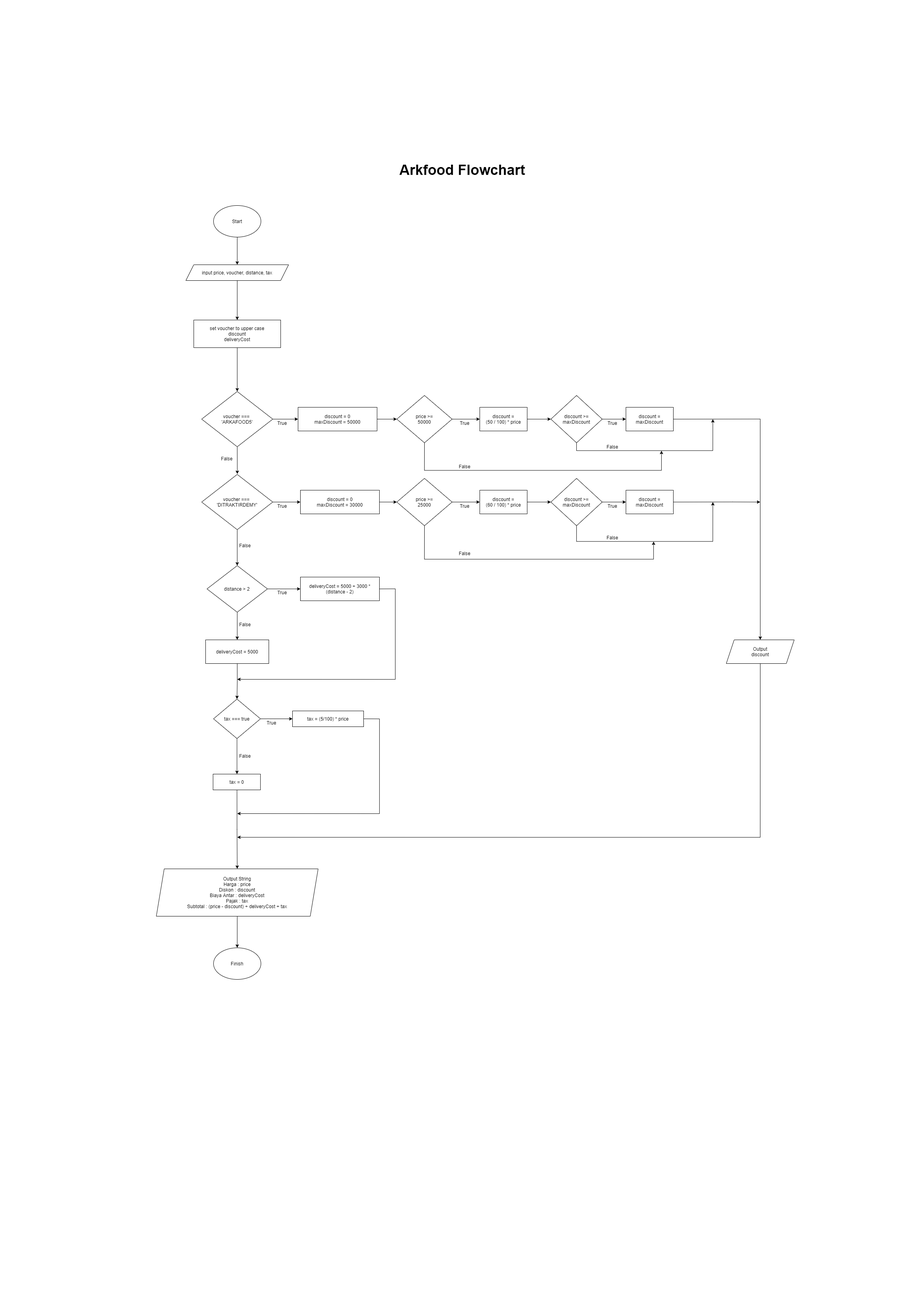
Above: Implement Code/arkfood.png in twicks95/introductionJS (draw.io), before the change. Source tidied: cells renumbered, new cells last; positions are measured from the earlier drawing's top-left corner, leaving out a move shared by most shapes.
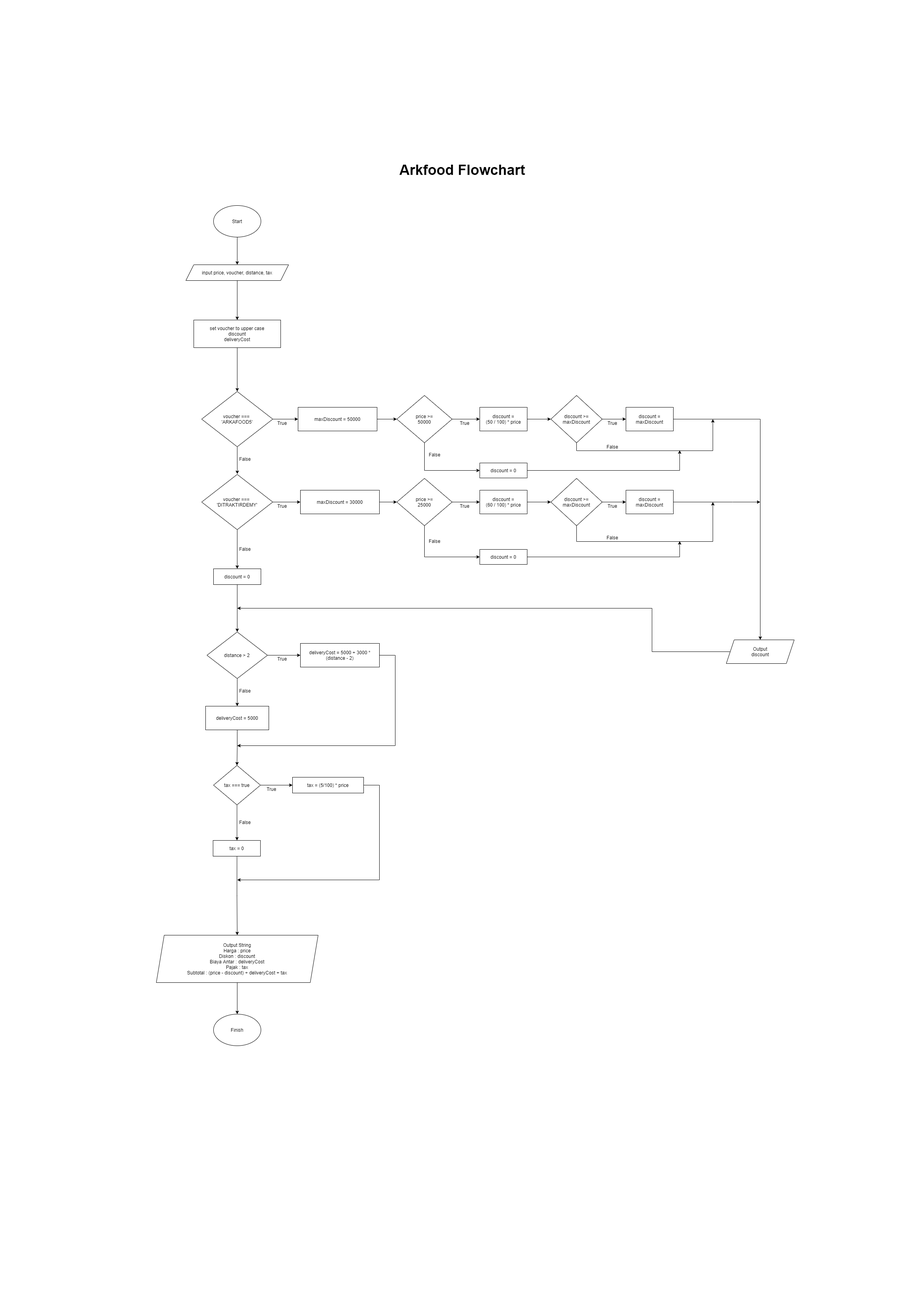
Above is the later version.

Commit message:
Implemement Code

Diff of the diagram source:
```diff
@@ -9,7 +9,7 @@
       <mxGeometry x="145" y="130" width="120" height="80" as="geometry" />
     </mxCell>
     <mxCell id="4" value="Finish" style="ellipse;whiteSpace=wrap;html=1;" parent="1" vertex="1">
-      <mxGeometry x="145" y="2010" width="120" height="80" as="geometry" />
+      <mxGeometry x="145" y="2178" width="120" height="80" as="geometry" />
     </mxCell>
     <mxCell id="5" style="edgeStyle=orthogonalEdgeStyle;rounded=0;jettySize=auto;html=1;exitX=0.5;exitY=1;exitDx=0;exitDy=0;entryX=0.5;entryY=0;entryDx=0;entryDy=0;" parent="1" edge="1" source="6" target="8">
       <mxGeometry relative="1" as="geometry" />
@@ -37,14 +37,14 @@
     <mxCell id="12" style="edgeStyle=orthogonalEdgeStyle;rounded=0;jettySize=auto;html=1;exitX=1;exitY=0.5;exitDx=0;exitDy=0;" parent="1" edge="1" source="14" target="23">
       <mxGeometry relative="1" as="geometry" />
     </mxCell>
-    <mxCell id="13" style="edgeStyle=orthogonalEdgeStyle;rounded=0;jettySize=auto;html=1;exitX=0.5;exitY=1;exitDx=0;exitDy=0;" parent="1" edge="1" source="14" target="55">
-      <mxGeometry relative="1" as="geometry" />
-    </mxCell>
+    <mxCell id="74" style="edgeStyle=orthogonalEdgeStyle;rounded=0;jettySize=auto;html=1;exitX=0.5;exitY=1;exitDx=0;exitDy=0;fontSize=36;" parent="1" edge="1" source="14" target="78">
+      <mxGeometry relative="1" as="geometry" />
+    </mxCell>
     <mxCell id="14" value="voucher === &lt;br&gt;'DITRAKTIRDEMY'" style="rhombus;whiteSpace=wrap;html=1;" parent="1" vertex="1">
       <mxGeometry x="115" y="811" width="180" height="140" as="geometry" />
     </mxCell>
     <mxCell id="15" value="False" style="text;html=1;strokeColor=none;fillColor=none;align=center;verticalAlign=middle;whiteSpace=wrap;rounded=0;" parent="1" vertex="1">
-      <mxGeometry x="159" y="761" width="40" height="20" as="geometry" />
+      <mxGeometry x="205" y="762" width="40" height="20" as="geometry" />
     </mxCell>
     <mxCell id="16" value="True" style="text;html=1;strokeColor=none;fillColor=none;align=center;verticalAlign=middle;whiteSpace=wrap;rounded=0;" parent="1" vertex="1">
       <mxGeometry x="299" y="671" width="40" height="20" as="geometry" />
@@ -52,15 +52,14 @@
     <mxCell id="17" style="edgeStyle=orthogonalEdgeStyle;rounded=0;jettySize=auto;html=1;exitX=1;exitY=0.5;exitDx=0;exitDy=0;" parent="1" edge="1" source="18" target="21">
       <mxGeometry relative="1" as="geometry" />
     </mxCell>
-    <mxCell id="18" value="discount = 0&lt;br&gt;maxDiscount = 50000" style="rounded=0;whiteSpace=wrap;html=1;" parent="1" vertex="1">
+    <mxCell id="18" value="maxDiscount = 50000" style="rounded=0;whiteSpace=wrap;html=1;" parent="1" vertex="1">
       <mxGeometry x="359" y="641" width="200" height="60" as="geometry" />
     </mxCell>
     <mxCell id="19" style="edgeStyle=orthogonalEdgeStyle;rounded=0;jettySize=auto;html=1;exitX=1;exitY=0.5;exitDx=0;exitDy=0;" parent="1" edge="1" source="21" target="28">
       <mxGeometry relative="1" as="geometry" />
     </mxCell>
-    <mxCell id="20" style="edgeStyle=orthogonalEdgeStyle;rounded=0;jettySize=auto;html=1;exitX=0.5;exitY=1;exitDx=0;exitDy=0;" parent="1" edge="1" source="21">
+    <mxCell id="20" style="edgeStyle=orthogonalEdgeStyle;rounded=0;jettySize=auto;html=1;exitX=0.5;exitY=1;exitDx=0;exitDy=0;" parent="1" edge="1" source="21" target="80">
       <mxGeometry relative="1" as="geometry">
-        <mxPoint x="1279" y="751" as="targetPoint" />
         <Array as="points">
           <mxPoint x="679" y="801" />
         </Array>
@@ -72,18 +71,12 @@
     <mxCell id="22" style="edgeStyle=orthogonalEdgeStyle;rounded=0;jettySize=auto;html=1;exitX=1;exitY=0.5;exitDx=0;exitDy=0;" parent="1" edge="1" source="23" target="25">
       <mxGeometry relative="1" as="geometry" />
     </mxCell>
-    <mxCell id="23" value="discount = 0&lt;br&gt;maxDiscount = 30000" style="rounded=0;whiteSpace=wrap;html=1;" parent="1" vertex="1">
+    <mxCell id="23" value="maxDiscount = 30000" style="rounded=0;whiteSpace=wrap;html=1;" parent="1" vertex="1">
       <mxGeometry x="365" y="851" width="200" height="60" as="geometry" />
     </mxCell>
-    <mxCell id="24" style="edgeStyle=orthogonalEdgeStyle;rounded=0;jettySize=auto;html=1;exitX=0.5;exitY=1;exitDx=0;exitDy=0;" parent="1" edge="1" source="25">
-      <mxGeometry relative="1" as="geometry">
-        <mxPoint x="1259" y="981" as="targetPoint" />
-        <Array as="points">
-          <mxPoint x="679" y="1026" />
-          <mxPoint x="1259" y="1026" />
-        </Array>
-      </mxGeometry>
-    </mxCell>
+    <mxCell id="75" style="edgeStyle=orthogonalEdgeStyle;rounded=0;jettySize=auto;html=1;exitX=0.5;exitY=1;exitDx=0;exitDy=0;entryX=0;entryY=0.5;entryDx=0;entryDy=0;fontSize=36;" parent="1" edge="1" source="25" target="82">
+      <mxGeometry relative="1" as="geometry" />
+    </mxCell>
     <mxCell id="25" value="price &amp;gt;=&lt;br&gt;25000" style="rhombus;whiteSpace=wrap;html=1;" parent="1" vertex="1">
       <mxGeometry x="609" y="821" width="140" height="120" as="geometry" />
     </mxCell>
@@ -153,14 +146,15 @@
     <mxCell id="41" value="discount = maxDiscount" style="rounded=0;whiteSpace=wrap;html=1;" parent="1" vertex="1">
       <mxGeometry x="1189" y="851" width="120" height="60" as="geometry" />
     </mxCell>
-    <mxCell id="42" style="edgeStyle=orthogonalEdgeStyle;rounded=0;jettySize=auto;html=1;exitX=0.5;exitY=1;exitDx=0;exitDy=0;" parent="1" edge="1" source="43">
-      <mxGeometry relative="1" as="geometry">
-        <mxPoint x="205" y="1730" as="targetPoint" />
-        <Array as="points">
-          <mxPoint x="1529" y="1730" />
-        </Array>
-      </mxGeometry>
-    </mxCell>
+    <mxCell id="76" style="edgeStyle=orthogonalEdgeStyle;rounded=0;jettySize=auto;html=1;exitX=0;exitY=0.5;exitDx=0;exitDy=0;fontSize=36;" parent="1" edge="1" source="43">
+      <mxGeometry relative="1" as="geometry">
+        <mxPoint x="205" y="1150" as="targetPoint" />
+        <Array as="points">
+          <mxPoint x="1255" y="1260" />
+          <mxPoint x="1255" y="1150" />
+        </Array>
+      </mxGeometry>
+    </mxCell>
     <mxCell id="43" value="Output&lt;br&gt;discount" style="shape=parallelogram;perimeter=parallelogramPerimeter;whiteSpace=wrap;html=1;fixedSize=1;" parent="1" vertex="1">
       <mxGeometry x="1443" y="1230" width="172" height="60" as="geometry" />
     </mxCell>
@@ -174,19 +168,19 @@
       <mxGeometry x="761" y="881" width="40" height="20" as="geometry" />
     </mxCell>
     <mxCell id="47" value="False" style="text;html=1;strokeColor=none;fillColor=none;align=center;verticalAlign=middle;whiteSpace=wrap;rounded=0;" parent="1" vertex="1">
-      <mxGeometry x="761" y="1001" width="40" height="20" as="geometry" />
+      <mxGeometry x="685" y="970" width="40" height="20" as="geometry" />
     </mxCell>
     <mxCell id="48" value="False" style="text;html=1;strokeColor=none;fillColor=none;align=center;verticalAlign=middle;whiteSpace=wrap;rounded=0;" parent="1" vertex="1">
       <mxGeometry x="1135" y="961" width="40" height="20" as="geometry" />
     </mxCell>
     <mxCell id="49" value="False" style="text;html=1;strokeColor=none;fillColor=none;align=center;verticalAlign=middle;whiteSpace=wrap;rounded=0;" parent="1" vertex="1">
-      <mxGeometry x="761" y="781" width="40" height="20" as="geometry" />
+      <mxGeometry x="685" y="751" width="40" height="20" as="geometry" />
     </mxCell>
     <mxCell id="50" value="False" style="text;html=1;strokeColor=none;fillColor=none;align=center;verticalAlign=middle;whiteSpace=wrap;rounded=0;" parent="1" vertex="1">
       <mxGeometry x="1135" y="731" width="40" height="20" as="geometry" />
     </mxCell>
     <mxCell id="51" value="False" style="text;html=1;strokeColor=none;fillColor=none;align=center;verticalAlign=middle;whiteSpace=wrap;rounded=0;" parent="1" vertex="1">
-      <mxGeometry x="205" y="981" width="40" height="20" as="geometry" />
+      <mxGeometry x="205" y="990" width="40" height="20" as="geometry" />
     </mxCell>
     <mxCell id="52" value="True" style="text;html=1;strokeColor=none;fillColor=none;align=center;verticalAlign=middle;whiteSpace=wrap;rounded=0;" parent="1" vertex="1">
       <mxGeometry x="299" y="881" width="40" height="20" as="geometry" />
@@ -198,43 +192,43 @@
       <mxGeometry relative="1" as="geometry" />
     </mxCell>
     <mxCell id="55" value="distance &amp;gt; 2" style="rhombus;whiteSpace=wrap;html=1;" parent="1" vertex="1">
-      <mxGeometry x="128.4" y="1042" width="153.2" height="118" as="geometry" />
+      <mxGeometry x="128.4" y="1210" width="153.2" height="118" as="geometry" />
     </mxCell>
     <mxCell id="56" style="edgeStyle=orthogonalEdgeStyle;rounded=0;jettySize=auto;html=1;exitX=1;exitY=0.5;exitDx=0;exitDy=0;" parent="1" edge="1" source="57">
       <mxGeometry relative="1" as="geometry">
-        <mxPoint x="205" y="1330" as="targetPoint" />
+        <mxPoint x="205" y="1498" as="targetPoint" />
         <Array as="points">
-          <mxPoint x="565" y="1101" />
-          <mxPoint x="605" y="1101" />
-          <mxPoint x="605" y="1330" />
+          <mxPoint x="565" y="1269" />
+          <mxPoint x="605" y="1269" />
+          <mxPoint x="605" y="1498" />
         </Array>
       </mxGeometry>
     </mxCell>
     <mxCell id="57" value="deliveryCost = 5000 + 3000 * (distance - 2)" style="rounded=0;whiteSpace=wrap;html=1;" parent="1" vertex="1">
-      <mxGeometry x="365" y="1071" width="200" height="60" as="geometry" />
+      <mxGeometry x="365" y="1239" width="200" height="60" as="geometry" />
     </mxCell>
     <mxCell id="58" style="edgeStyle=orthogonalEdgeStyle;rounded=0;jettySize=auto;html=1;exitX=0.5;exitY=1;exitDx=0;exitDy=0;" parent="1" edge="1" source="60">
       <mxGeometry relative="1" as="geometry">
-        <mxPoint x="204.4" y="1570" as="targetPoint" />
+        <mxPoint x="204.4" y="1738" as="targetPoint" />
       </mxGeometry>
     </mxCell>
     <mxCell id="59" style="edgeStyle=orthogonalEdgeStyle;rounded=0;jettySize=auto;html=1;exitX=1;exitY=0.5;exitDx=0;exitDy=0;entryX=0;entryY=0.5;entryDx=0;entryDy=0;" parent="1" edge="1" source="60" target="69">
       <mxGeometry relative="1" as="geometry" />
     </mxCell>
     <mxCell id="60" value="tax === true" style="rhombus;whiteSpace=wrap;html=1;" parent="1" vertex="1">
-      <mxGeometry x="145" y="1380" width="118.8" height="100" as="geometry" />
+      <mxGeometry x="145" y="1548" width="118.8" height="100" as="geometry" />
     </mxCell>
     <mxCell id="61" style="edgeStyle=orthogonalEdgeStyle;rounded=0;jettySize=auto;html=1;exitX=0.5;exitY=1;exitDx=0;exitDy=0;entryX=0.5;entryY=0;entryDx=0;entryDy=0;" parent="1" edge="1" target="64">
       <mxGeometry relative="1" as="geometry">
-        <mxPoint x="204.4" y="1610" as="sourcePoint" />
+        <mxPoint x="204.4" y="1778" as="sourcePoint" />
       </mxGeometry>
     </mxCell>
     <mxCell id="62" style="edgeStyle=orthogonalEdgeStyle;rounded=0;jettySize=auto;html=1;exitX=1;exitY=0.5;exitDx=0;exitDy=0;" parent="1" edge="1" source="69">
       <mxGeometry relative="1" as="geometry">
-        <mxPoint x="205" y="1670" as="targetPoint" />
+        <mxPoint x="205" y="1838" as="targetPoint" />
         <Array as="points">
-          <mxPoint x="565" y="1430" />
-          <mxPoint x="565" y="1670" />
+          <mxPoint x="565" y="1598" />
+          <mxPoint x="565" y="1838" />
         </Array>
       </mxGeometry>
     </mxCell>
@@ -242,34 +236,56 @@
       <mxGeometry relative="1" as="geometry" />
     </mxCell>
     <mxCell id="64" value="Output String&lt;br&gt;Harga : price&lt;br&gt;Diskon : discount&lt;br&gt;Biaya Antar : deliveryCost&lt;br&gt;Pajak : tax&lt;br&gt;Subtotal : (price - discount) + deliveryCost + tax" style="shape=parallelogram;perimeter=parallelogramPerimeter;whiteSpace=wrap;html=1;fixedSize=1;" parent="1" vertex="1">
-      <mxGeometry x="0.2" y="1810" width="409.6" height="120" as="geometry" />
+      <mxGeometry x="0.2" y="1978" width="409.6" height="120" as="geometry" />
     </mxCell>
     <mxCell id="65" value="False" style="text;html=1;strokeColor=none;fillColor=none;align=center;verticalAlign=middle;whiteSpace=wrap;rounded=0;" parent="1" vertex="1">
-      <mxGeometry x="205" y="1181" width="40" height="20" as="geometry" />
+      <mxGeometry x="205" y="1349" width="40" height="20" as="geometry" />
     </mxCell>
     <mxCell id="66" value="False" style="text;html=1;strokeColor=none;fillColor=none;align=center;verticalAlign=middle;whiteSpace=wrap;rounded=0;" parent="1" vertex="1">
-      <mxGeometry x="205" y="1514" width="40" height="20" as="geometry" />
+      <mxGeometry x="205" y="1682" width="40" height="20" as="geometry" />
     </mxCell>
     <mxCell id="67" value="True" style="text;html=1;strokeColor=none;fillColor=none;align=center;verticalAlign=middle;whiteSpace=wrap;rounded=0;" parent="1" vertex="1">
-      <mxGeometry x="299" y="1100" width="40" height="20" as="geometry" />
+      <mxGeometry x="299" y="1268" width="40" height="20" as="geometry" />
     </mxCell>
     <mxCell id="68" value="True" style="text;html=1;strokeColor=none;fillColor=none;align=center;verticalAlign=middle;whiteSpace=wrap;rounded=0;" parent="1" vertex="1">
-      <mxGeometry x="272" y="1430" width="40" height="20" as="geometry" />
+      <mxGeometry x="272" y="1598" width="40" height="20" as="geometry" />
     </mxCell>
     <mxCell id="69" value="tax = (5/100) * price" style="rounded=0;whiteSpace=wrap;html=1;" parent="1" vertex="1">
-      <mxGeometry x="345" y="1410" width="180" height="40" as="geometry" />
+      <mxGeometry x="345" y="1578" width="180" height="40" as="geometry" />
     </mxCell>
     <mxCell id="70" value="tax = 0" style="rounded=0;whiteSpace=wrap;html=1;" parent="1" vertex="1">
-      <mxGeometry x="143.8" y="1570" width="120" height="40" as="geometry" />
+      <mxGeometry x="143.8" y="1738" width="120" height="40" as="geometry" />
     </mxCell>
     <mxCell id="71" style="edgeStyle=orthogonalEdgeStyle;rounded=0;jettySize=auto;html=1;exitX=0.5;exitY=1;exitDx=0;exitDy=0;entryX=0.5;entryY=0;entryDx=0;entryDy=0;" parent="1" edge="1" source="72" target="60">
       <mxGeometry relative="1" as="geometry" />
     </mxCell>
     <mxCell id="72" value="deliveryCost = 5000" style="rounded=0;whiteSpace=wrap;html=1;" parent="1" vertex="1">
-      <mxGeometry x="125" y="1230" width="160" height="60" as="geometry" />
+      <mxGeometry x="125" y="1398" width="160" height="60" as="geometry" />
     </mxCell>
     <mxCell id="73" value="Arkfood Flowchart" style="text;html=1;strokeColor=none;fillColor=none;align=center;verticalAlign=middle;whiteSpace=wrap;rounded=0;fontSize=36;fontStyle=1;" parent="1" vertex="1">
       <mxGeometry x="580" width="390" height="80" as="geometry" />
     </mxCell>
+    <mxCell id="77" style="edgeStyle=orthogonalEdgeStyle;rounded=0;jettySize=auto;html=1;exitX=0.5;exitY=1;exitDx=0;exitDy=0;entryX=0.5;entryY=0;entryDx=0;entryDy=0;fontSize=36;" parent="1" edge="1" source="78" target="55">
+      <mxGeometry relative="1" as="geometry" />
+    </mxCell>
+    <mxCell id="78" value="discount = 0" style="rounded=0;whiteSpace=wrap;html=1;" parent="1" vertex="1">
+      <mxGeometry x="145" y="1050" width="120" height="40" as="geometry" />
+    </mxCell>
+    <mxCell id="79" style="edgeStyle=orthogonalEdgeStyle;rounded=0;jettySize=auto;html=1;exitX=1;exitY=0.5;exitDx=0;exitDy=0;fontSize=36;" parent="1" edge="1" source="80">
+      <mxGeometry relative="1" as="geometry">
+        <mxPoint x="1325" y="750" as="targetPoint" />
+      </mxGeometry>
+    </mxCell>
+    <mxCell id="80" value="discount = 0" style="rounded=0;whiteSpace=wrap;html=1;" parent="1" vertex="1">
+      <mxGeometry x="819" y="782" width="120" height="38" as="geometry" />
+    </mxCell>
+    <mxCell id="81" style="edgeStyle=orthogonalEdgeStyle;rounded=0;jettySize=auto;html=1;exitX=1;exitY=0.5;exitDx=0;exitDy=0;fontSize=36;" parent="1" edge="1" source="82">
+      <mxGeometry relative="1" as="geometry">
+        <mxPoint x="1325" y="980" as="targetPoint" />
+      </mxGeometry>
+    </mxCell>
+    <mxCell id="82" value="discount = 0" style="rounded=0;whiteSpace=wrap;html=1;" parent="1" vertex="1">
+      <mxGeometry x="819" y="1001" width="120" height="38" as="geometry" />
+    </mxCell>
   </root>
 </mxGraphModel>
```
